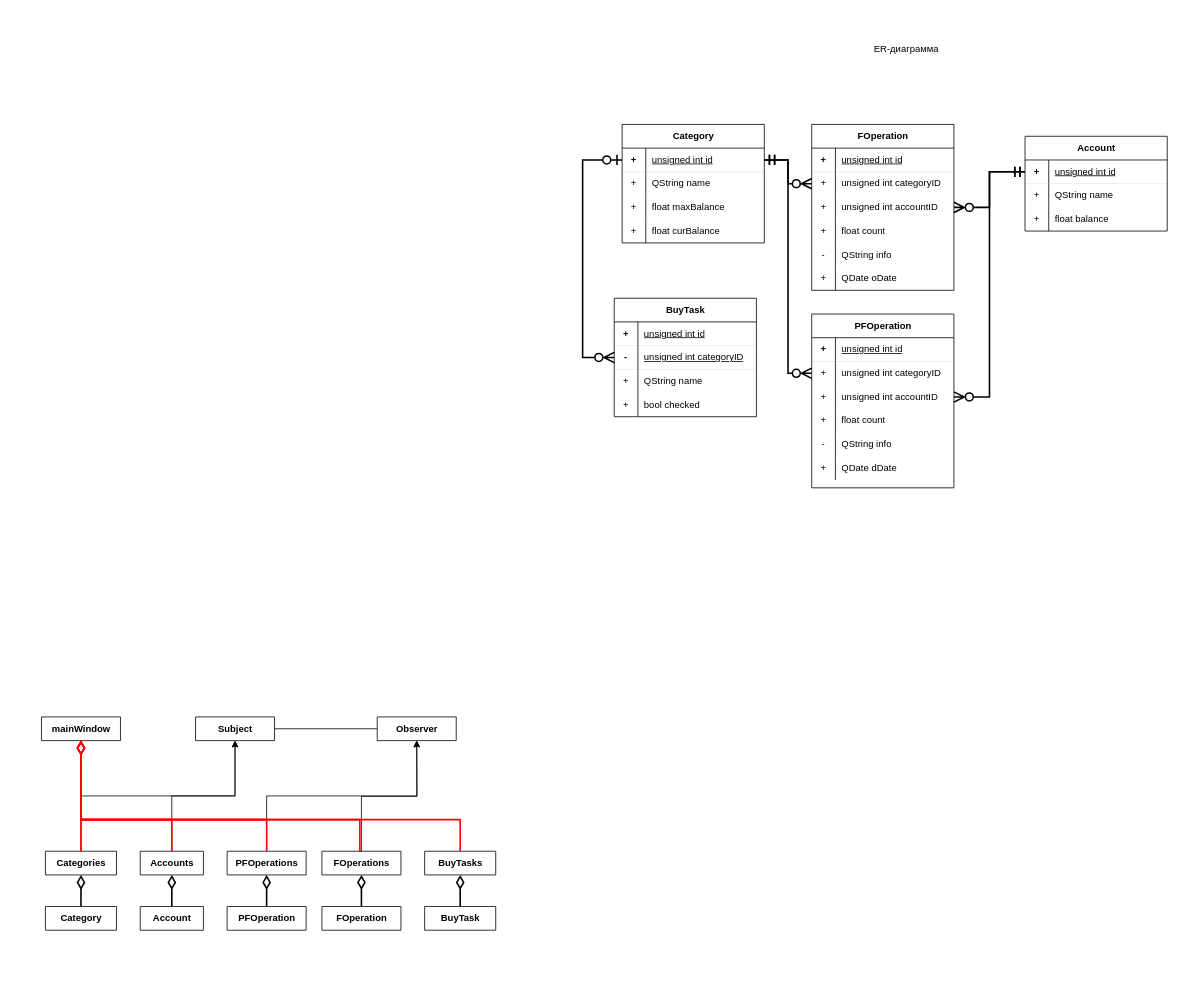
Earlier version of the draw.io diagram OOPKursach.drawio (necoray/DrawIo). Source tidied: cells renumbered, new cells numbered last; positions are measured from the earlier drawing's top-left corner, leaving out a move shared by most shapes. Both pictures are drawn from the tidied source at 79%, with x=0, y=0 at pixel (13, 37).
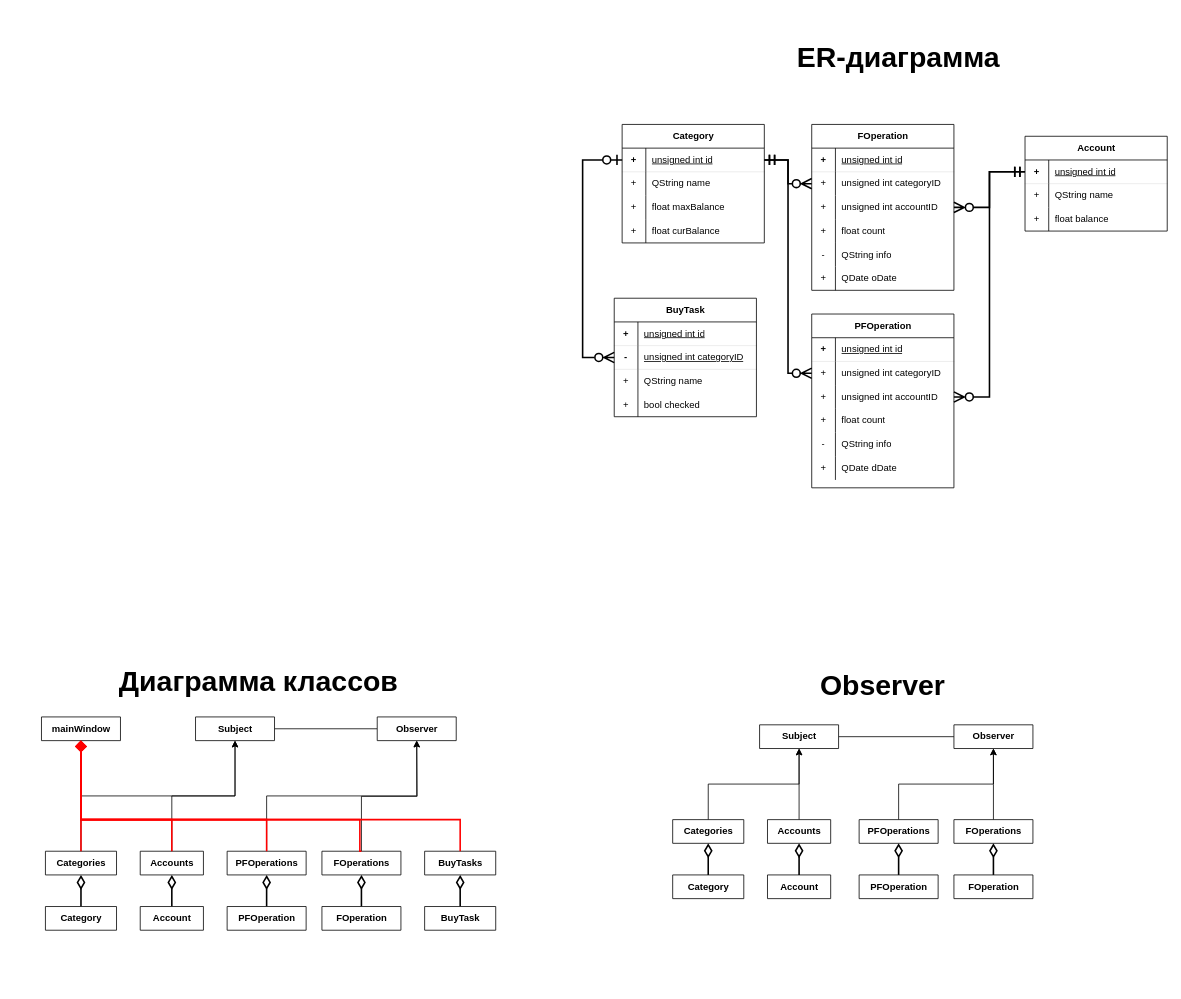
The same diagram, later.

The change refers to these unchanged cells:
```xml
<mxCell id="95" value="FOperations" style="shape=table;startSize=30;childLayout=tableLayout;rowLines=0;fontStyle=1;align=center;html=1;strokeColor=default;" parent="1" vertex="1" collapsed="1">
  <mxGeometry x="390" y="1030" width="100" height="30" as="geometry" />
</mxCell>
<mxCell id="97" value="Accounts" style="shape=table;startSize=30;childLayout=tableLayout;rowLines=0;fontStyle=1;align=center;html=1;strokeColor=default;" parent="1" vertex="1" collapsed="1">
  <mxGeometry x="160" y="1030" width="80" height="30" as="geometry" />
</mxCell>
<mxCell id="99" value="Categories" style="shape=table;startSize=30;childLayout=tableLayout;rowLines=0;fontStyle=1;align=center;html=1;strokeColor=default;" parent="1" vertex="1" collapsed="1">
  <mxGeometry x="40" y="1030" width="90" height="30" as="geometry" />
</mxCell>
<mxCell id="101" value="PFOperations" style="shape=table;startSize=30;childLayout=tableLayout;rowLines=0;fontStyle=1;align=center;html=1;strokeColor=default;" parent="1" vertex="1" collapsed="1">
  <mxGeometry x="270" y="1030" width="100" height="30" as="geometry" />
</mxCell>
<mxCell id="102" value="BuyTasks" style="shape=table;startSize=30;childLayout=tableLayout;rowLines=0;fontStyle=1;align=center;html=1;strokeColor=default;" parent="1" vertex="1" collapsed="1">
  <mxGeometry x="520" y="1030" width="90" height="30" as="geometry" />
</mxCell>
<mxCell id="106" value="mainWindow" style="shape=table;startSize=30;childLayout=tableLayout;rowLines=0;fontStyle=1;align=center;html=1;strokeColor=default;" parent="1" vertex="1" collapsed="1">
  <mxGeometry x="35" y="860" width="100" height="30" as="geometry" />
</mxCell>
```

The edit, as a diff of the source:
```diff
@@
-    <mxCell id="89" value="PFOperation" style="shape=table;startSize=30;childLayout=tableLayout;rowLines=0;fontStyle=1;align=center;html=1;strokeColor=default;" parent="1" vertex="1" collapsed="1">
+    <mxCell id="89" value="PFOperation" style="shape=table;startSize=30;childLayout=tableLayout;rowLines=0;fontStyle=1;align=center;html=1;" parent="1" vertex="1" collapsed="1">
       <mxGeometry x="270" y="1100" width="100" height="30" as="geometry" />
     </mxCell>
@@
-    <mxCell id="93" value="ER-диаграмма" style="text;html=1;align=center;verticalAlign=middle;whiteSpace=wrap;rounded=0;" parent="1" vertex="1">
-      <mxGeometry x="1080" width="100" height="30" as="geometry" />
+    <mxCell id="93" value="ER-диаграмма" style="text;html=1;align=center;verticalAlign=middle;whiteSpace=wrap;rounded=0;fontStyle=1;fontSize=36;" parent="1" vertex="1">
+      <mxGeometry x="920" y="-30" width="400" height="110" as="geometry" />
     </mxCell>
@@
-    <mxCell id="107" style="edgeStyle=orthogonalEdgeStyle;rounded=0;jettySize=auto;html=1;exitX=0.5;exitY=0;exitDx=0;exitDy=0;entryX=0.5;entryY=1;entryDx=0;entryDy=0;endArrow=diamondThin;endFill=0;endSize=13;startSize=10;strokeWidth=2;strokeColor=#FF0000;" parent="1" edge="1" source="99" target="106">
+    <mxCell id="107" style="edgeStyle=orthogonalEdgeStyle;rounded=0;jettySize=auto;html=1;exitX=0.5;exitY=0;exitDx=0;exitDy=0;entryX=0.5;entryY=1;entryDx=0;entryDy=0;endArrow=diamond;endFill=1;endSize=10;startSize=10;strokeWidth=2;strokeColor=#FF0000;" parent="1" edge="1" source="99" target="106">
       <mxGeometry relative="1" as="geometry" />
     </mxCell>
-    <mxCell id="108" style="edgeStyle=orthogonalEdgeStyle;rounded=0;jettySize=auto;html=1;exitX=0.5;exitY=0;exitDx=0;exitDy=0;entryX=0.5;entryY=1;entryDx=0;entryDy=0;endArrow=diamondThin;endFill=0;endSize=13;startSize=10;strokeWidth=2;strokeColor=#FF0000;" parent="1" edge="1" source="97" target="106">
+    <mxCell id="108" style="edgeStyle=orthogonalEdgeStyle;rounded=0;jettySize=auto;html=1;exitX=0.5;exitY=0;exitDx=0;exitDy=0;entryX=0.5;entryY=1;entryDx=0;entryDy=0;endArrow=diamond;endFill=1;endSize=10;startSize=10;strokeWidth=2;strokeColor=#FF0000;" parent="1" edge="1" source="97" target="106">
       <mxGeometry relative="1" as="geometry">
         <Array as="points">
           <mxPoint x="200" y="990" />
           <mxPoint x="85" y="990" />
         </Array>
       </mxGeometry>
     </mxCell>
-    <mxCell id="109" style="edgeStyle=orthogonalEdgeStyle;rounded=0;jettySize=auto;html=1;exitX=0.5;exitY=0;exitDx=0;exitDy=0;endArrow=diamondThin;endFill=0;endSize=13;startSize=10;strokeWidth=2;strokeColor=#FF0000;" parent="1" edge="1" source="101" target="106">
+    <mxCell id="109" style="edgeStyle=orthogonalEdgeStyle;rounded=0;jettySize=auto;html=1;exitX=0.5;exitY=0;exitDx=0;exitDy=0;endArrow=diamond;endFill=1;endSize=10;startSize=10;strokeWidth=2;strokeColor=#FF0000;" parent="1" edge="1" source="101" target="106">
       <mxGeometry relative="1" as="geometry">
         <Array as="points">
           <mxPoint x="320" y="990" />
           <mxPoint x="85" y="990" />
         </Array>
       </mxGeometry>
     </mxCell>
-    <mxCell id="110" style="edgeStyle=orthogonalEdgeStyle;rounded=0;jettySize=auto;html=1;exitX=0.5;exitY=0;exitDx=0;exitDy=0;endArrow=diamondThin;endFill=0;endSize=13;startSize=10;strokeWidth=2;entryX=0.5;entryY=1;entryDx=0;entryDy=0;strokeColor=#FF0000;" parent="1" edge="1" source="95" target="106">
+    <mxCell id="110" style="edgeStyle=orthogonalEdgeStyle;rounded=0;jettySize=auto;html=1;exitX=0.5;exitY=0;exitDx=0;exitDy=0;endArrow=diamond;endFill=1;endSize=10;startSize=10;strokeWidth=2;entryX=0.5;entryY=1;entryDx=0;entryDy=0;strokeColor=#FF0000;" parent="1" edge="1" source="95" target="106">
       <mxGeometry relative="1" as="geometry">
         <Array as="points">
           <mxPoint x="438" y="1030" />
           <mxPoint x="438" y="990" />
           <mxPoint x="85" y="990" />
         </Array>
       </mxGeometry>
     </mxCell>
-    <mxCell id="111" style="edgeStyle=orthogonalEdgeStyle;rounded=0;jettySize=auto;html=1;exitX=0.5;exitY=0;exitDx=0;exitDy=0;endArrow=diamondThin;endFill=0;endSize=13;startSize=10;strokeWidth=2;entryX=0.5;entryY=1;entryDx=0;entryDy=0;strokeColor=#FF0000;" parent="1" edge="1" source="102" target="106">
+    <mxCell id="111" style="edgeStyle=orthogonalEdgeStyle;rounded=0;jettySize=auto;html=1;exitX=0.5;exitY=0;exitDx=0;exitDy=0;endArrow=diamond;endFill=1;endSize=10;startSize=10;strokeWidth=2;entryX=0.5;entryY=1;entryDx=0;entryDy=0;strokeColor=#FF0000;" parent="1" edge="1" source="102" target="106">
       <mxGeometry relative="1" as="geometry">
         <Array as="points">
           <mxPoint x="565" y="990" />
           <mxPoint x="85" y="990" />
         </Array>
       </mxGeometry>
     </mxCell>
+    <mxCell id="112" style="edgeStyle=orthogonalEdgeStyle;rounded=0;jettySize=auto;html=1;exitX=0.5;exitY=0;exitDx=0;exitDy=0;entryX=0.5;entryY=1;entryDx=0;entryDy=0;endArrow=diamondThin;endFill=0;endSize=13;startSize=10;strokeWidth=2;" parent="1" edge="1" source="113" target="121">
+      <mxGeometry relative="1" as="geometry" />
+    </mxCell>
+    <mxCell id="113" value="FOperation" style="shape=table;startSize=30;childLayout=tableLayout;rowLines=0;fontStyle=1;align=center;html=1;strokeColor=default;" parent="1" vertex="1" collapsed="1">
+      <mxGeometry x="1190" y="1060" width="100" height="30" as="geometry" />
+    </mxCell>
+    <mxCell id="114" style="edgeStyle=orthogonalEdgeStyle;rounded=0;jettySize=auto;html=1;exitX=0.5;exitY=0;exitDx=0;exitDy=0;entryX=0.5;entryY=1;entryDx=0;entryDy=0;endArrow=diamondThin;endFill=0;endSize=13;startSize=10;strokeWidth=2;" parent="1" edge="1" source="115" target="123">
+      <mxGeometry relative="1" as="geometry" />
+    </mxCell>
+    <mxCell id="115" value="Account" style="shape=table;startSize=30;childLayout=tableLayout;rowLines=0;fontStyle=1;align=center;html=1;strokeColor=default;" parent="1" vertex="1" collapsed="1">
+      <mxGeometry x="954" y="1060" width="80" height="30" as="geometry" />
+    </mxCell>
+    <mxCell id="116" style="edgeStyle=orthogonalEdgeStyle;rounded=0;jettySize=auto;html=1;exitX=0.5;exitY=0;exitDx=0;exitDy=0;entryX=0.5;entryY=1;entryDx=0;entryDy=0;endArrow=diamondThin;endFill=0;endSize=13;startSize=10;strokeWidth=2;" parent="1" edge="1" source="117" target="125">
+      <mxGeometry relative="1" as="geometry" />
+    </mxCell>
+    <mxCell id="117" value="Category" style="shape=table;startSize=30;childLayout=tableLayout;rowLines=0;fontStyle=1;align=center;html=1;strokeColor=default;" parent="1" vertex="1" collapsed="1">
+      <mxGeometry x="834" y="1060" width="90" height="30" as="geometry" />
+    </mxCell>
+    <mxCell id="118" style="edgeStyle=orthogonalEdgeStyle;rounded=0;jettySize=auto;html=1;exitX=0.5;exitY=0;exitDx=0;exitDy=0;entryX=0.5;entryY=1;entryDx=0;entryDy=0;endArrow=diamondThin;endFill=0;endSize=13;startSize=10;strokeWidth=2;" parent="1" edge="1" source="119" target="127">
+      <mxGeometry relative="1" as="geometry" />
+    </mxCell>
+    <mxCell id="119" value="PFOperation" style="shape=table;startSize=30;childLayout=tableLayout;rowLines=0;fontStyle=1;align=center;html=1;strokeColor=default;" parent="1" vertex="1" collapsed="1">
+      <mxGeometry x="1070" y="1060" width="100" height="30" as="geometry" />
+    </mxCell>
+    <mxCell id="120" style="edgeStyle=orthogonalEdgeStyle;rounded=0;jettySize=auto;html=1;exitX=0.5;exitY=0;exitDx=0;exitDy=0;" parent="1" edge="1" source="121">
+      <mxGeometry relative="1" as="geometry">
+        <mxPoint x="1240" y="900" as="targetPoint" />
+      </mxGeometry>
+    </mxCell>
+    <mxCell id="121" value="FOperations" style="shape=table;startSize=30;childLayout=tableLayout;rowLines=0;fontStyle=1;align=center;html=1;strokeColor=default;" parent="1" vertex="1" collapsed="1">
+      <mxGeometry x="1190" y="990" width="100" height="30" as="geometry" />
+    </mxCell>
+    <mxCell id="122" style="edgeStyle=orthogonalEdgeStyle;rounded=0;jettySize=auto;html=1;exitX=0.5;exitY=0;exitDx=0;exitDy=0;entryX=0.5;entryY=1;entryDx=0;entryDy=0;" parent="1" edge="1" source="123" target="130">
+      <mxGeometry relative="1" as="geometry" />
+    </mxCell>
+    <mxCell id="123" value="Accounts" style="shape=table;startSize=30;childLayout=tableLayout;rowLines=0;fontStyle=1;align=center;html=1;strokeColor=default;" parent="1" vertex="1" collapsed="1">
+      <mxGeometry x="954" y="990" width="80" height="30" as="geometry" />
+    </mxCell>
+    <mxCell id="124" style="edgeStyle=orthogonalEdgeStyle;rounded=0;jettySize=auto;html=1;exitX=0.5;exitY=0;exitDx=0;exitDy=0;entryX=0.5;entryY=1;entryDx=0;entryDy=0;" parent="1" edge="1" source="125" target="130">
+      <mxGeometry relative="1" as="geometry" />
+    </mxCell>
+    <mxCell id="125" value="Categories" style="shape=table;startSize=30;childLayout=tableLayout;rowLines=0;fontStyle=1;align=center;html=1;strokeColor=default;" parent="1" vertex="1" collapsed="1">
+      <mxGeometry x="834" y="990" width="90" height="30" as="geometry" />
+    </mxCell>
+    <mxCell id="126" style="edgeStyle=orthogonalEdgeStyle;rounded=0;jettySize=auto;html=1;exitX=0.5;exitY=0;exitDx=0;exitDy=0;entryX=0.5;entryY=1;entryDx=0;entryDy=0;" parent="1" edge="1" source="127" target="129">
+      <mxGeometry relative="1" as="geometry" />
+    </mxCell>
+    <mxCell id="127" value="PFOperations" style="shape=table;startSize=30;childLayout=tableLayout;rowLines=0;fontStyle=1;align=center;html=1;strokeColor=default;" parent="1" vertex="1" collapsed="1">
+      <mxGeometry x="1070" y="990" width="100" height="30" as="geometry" />
+    </mxCell>
+    <mxCell id="128" style="edgeStyle=orthogonalEdgeStyle;rounded=0;jettySize=auto;html=1;exitX=0;exitY=0.5;exitDx=0;exitDy=0;entryX=1;entryY=0.5;entryDx=0;entryDy=0;endArrow=none;endFill=0;" parent="1" edge="1" source="129" target="130">
+      <mxGeometry relative="1" as="geometry" />
+    </mxCell>
+    <mxCell id="129" value="Observer" style="shape=table;startSize=30;childLayout=tableLayout;rowLines=0;fontStyle=1;align=center;html=1;strokeColor=default;" parent="1" vertex="1" collapsed="1">
+      <mxGeometry x="1190" y="870" width="100" height="30" as="geometry" />
+    </mxCell>
+    <mxCell id="130" value="Subject" style="shape=table;startSize=30;childLayout=tableLayout;rowLines=0;fontStyle=1;align=center;html=1;strokeColor=default;" parent="1" vertex="1" collapsed="1">
+      <mxGeometry x="944" y="870" width="100" height="30" as="geometry" />
+    </mxCell>
+    <mxCell id="131" value="Диаграмма классов" style="text;html=1;align=center;verticalAlign=middle;whiteSpace=wrap;rounded=0;fontStyle=1;fontSize=36;" parent="1" vertex="1">
+      <mxGeometry x="110" y="760" width="400" height="110" as="geometry" />
+    </mxCell>
+    <mxCell id="132" value="Observer" style="text;html=1;align=center;verticalAlign=middle;whiteSpace=wrap;rounded=0;fontStyle=1;fontSize=36;" parent="1" vertex="1">
+      <mxGeometry x="900" y="800" width="400" height="40" as="geometry" />
+    </mxCell>
```
